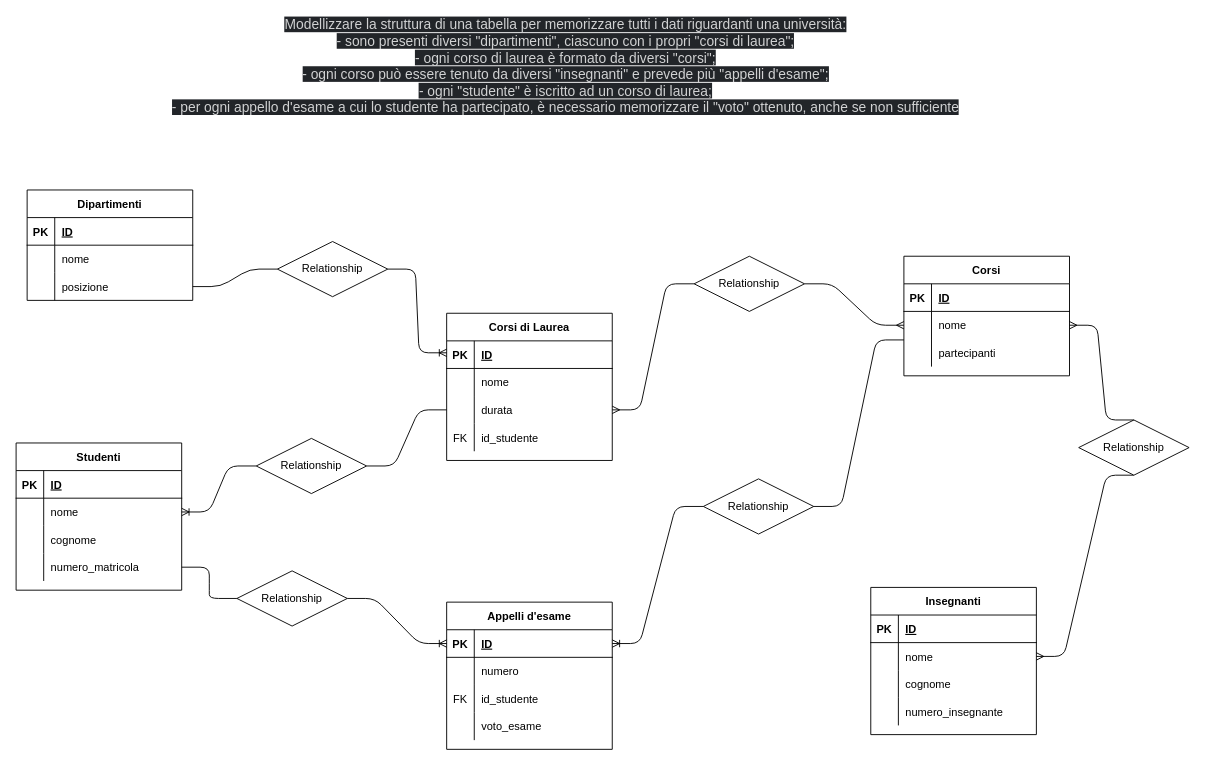
This is db-university.drawio from pollohultima/db-university, a draw.io file, before an edit. Source tidied: cells renumbered, new cells numbered last; positions are measured from the earlier drawing's top-left corner, leaving out a move shared by most shapes. Both pictures are drawn from the tidied source at 92%, with x=0, y=0 at pixel (16, 19).
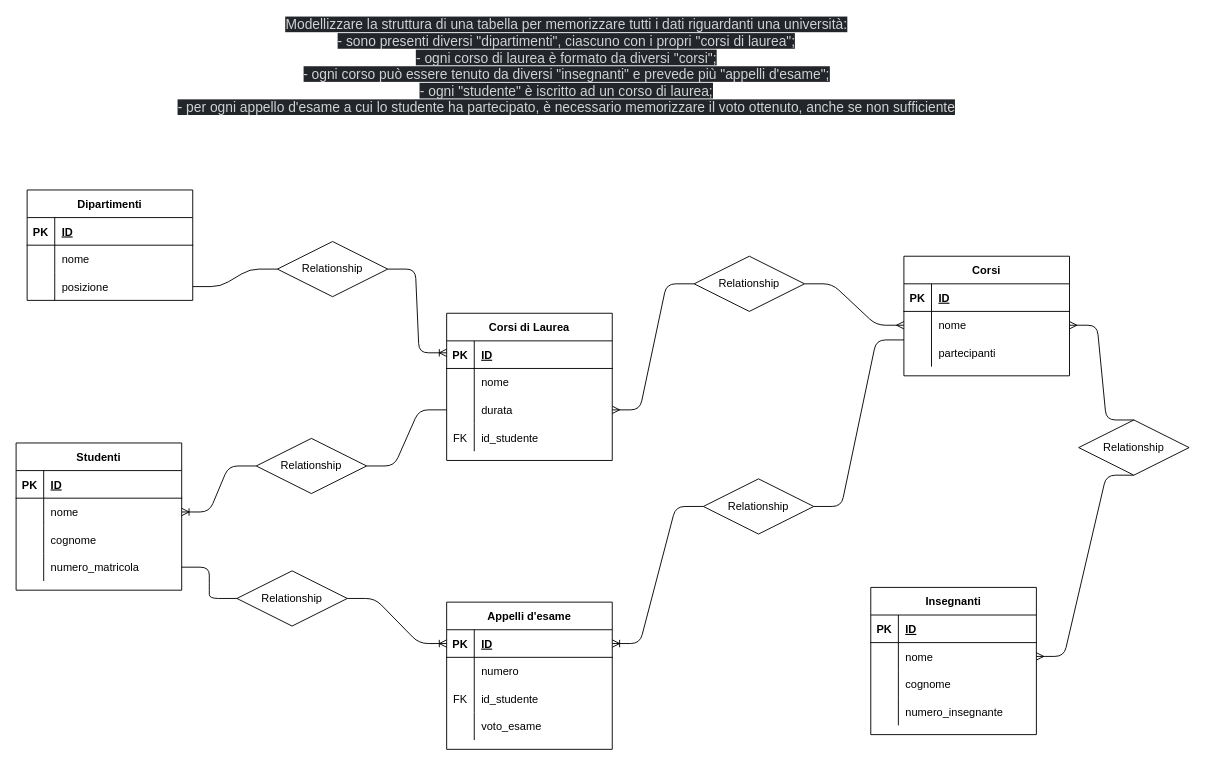
Above is the later version.

What changed in the source:
```diff
@@
-    <mxCell id="2" value="&lt;span style=&quot;color: rgb(209 , 210 , 211) ; font-family: , &amp;#34;applelogo&amp;#34; , sans-serif ; font-size: 15px ; text-align: left ; background-color: rgb(34 , 37 , 41)&quot;&gt;Modellizzare la struttura di una tabella per memorizzare tutti i dati riguardanti una università:&lt;/span&gt;&lt;br style=&quot;box-sizing: inherit ; color: rgb(209 , 210 , 211) ; font-family: , &amp;#34;applelogo&amp;#34; , sans-serif ; font-size: 15px ; text-align: left ; background-color: rgb(34 , 37 , 41)&quot;&gt;&lt;span style=&quot;color: rgb(209 , 210 , 211) ; font-family: , &amp;#34;applelogo&amp;#34; , sans-serif ; font-size: 15px ; text-align: left ; background-color: rgb(34 , 37 , 41)&quot;&gt;- sono presenti diversi &quot;dipartimenti&quot;, ciascuno con i propri &quot;corsi di laurea&quot;;&lt;/span&gt;&lt;br style=&quot;box-sizing: inherit ; color: rgb(209 , 210 , 211) ; font-family: , &amp;#34;applelogo&amp;#34; , sans-serif ; font-size: 15px ; text-align: left ; background-color: rgb(34 , 37 , 41)&quot;&gt;&lt;span style=&quot;color: rgb(209 , 210 , 211) ; font-family: , &amp;#34;applelogo&amp;#34; , sans-serif ; font-size: 15px ; text-align: left ; background-color: rgb(34 , 37 , 41)&quot;&gt;- ogni corso di laurea è formato da diversi &quot;corsi&quot;;&lt;/span&gt;&lt;br style=&quot;box-sizing: inherit ; color: rgb(209 , 210 , 211) ; font-family: , &amp;#34;applelogo&amp;#34; , sans-serif ; font-size: 15px ; text-align: left ; background-color: rgb(34 , 37 , 41)&quot;&gt;&lt;span style=&quot;color: rgb(209 , 210 , 211) ; font-family: , &amp;#34;applelogo&amp;#34; , sans-serif ; font-size: 15px ; text-align: left ; background-color: rgb(34 , 37 , 41)&quot;&gt;- ogni corso può essere tenuto da diversi &quot;insegnanti&quot; e prevede più &quot;appelli d'esame&quot;;&lt;/span&gt;&lt;br style=&quot;box-sizing: inherit ; color: rgb(209 , 210 , 211) ; font-family: , &amp;#34;applelogo&amp;#34; , sans-serif ; font-size: 15px ; text-align: left ; background-color: rgb(34 , 37 , 41)&quot;&gt;&lt;span style=&quot;color: rgb(209 , 210 , 211) ; font-family: , &amp;#34;applelogo&amp;#34; , sans-serif ; font-size: 15px ; text-align: left ; background-color: rgb(34 , 37 , 41)&quot;&gt;- ogni &quot;studente&quot; è iscritto ad un corso di laurea;&lt;/span&gt;&lt;br style=&quot;box-sizing: inherit ; color: rgb(209 , 210 , 211) ; font-family: , &amp;#34;applelogo&amp;#34; , sans-serif ; font-size: 15px ; text-align: left ; background-color: rgb(34 , 37 , 41)&quot;&gt;&lt;span style=&quot;color: rgb(209 , 210 , 211) ; font-family: , &amp;#34;applelogo&amp;#34; , sans-serif ; font-size: 15px ; text-align: left ; background-color: rgb(34 , 37 , 41)&quot;&gt;- per ogni appello d'esame a cui lo studente ha partecipato, è necessario memorizzare il &quot;voto&quot; ottenuto, anche se non sufficiente&lt;/span&gt;" style="text;html=1;align=center;verticalAlign=middle;strokeColor=none;" parent="1" vertex="1">
-      <mxGeometry x="162" width="870" height="100" as="geometry" />
+    <mxCell id="2" value="&lt;span style=&quot;color: rgb(209 , 210 , 211) ; font-family: , &amp;#34;applelogo&amp;#34; , sans-serif ; font-size: 15px ; text-align: left ; background-color: rgb(34 , 37 , 41)&quot;&gt;Modellizzare la struttura di una tabella per memorizzare tutti i dati riguardanti una università:&lt;/span&gt;&lt;br style=&quot;box-sizing: inherit ; color: rgb(209 , 210 , 211) ; font-family: , &amp;#34;applelogo&amp;#34; , sans-serif ; font-size: 15px ; text-align: left ; background-color: rgb(34 , 37 , 41)&quot;&gt;&lt;span style=&quot;color: rgb(209 , 210 , 211) ; font-family: , &amp;#34;applelogo&amp;#34; , sans-serif ; font-size: 15px ; text-align: left ; background-color: rgb(34 , 37 , 41)&quot;&gt;- sono presenti diversi &quot;dipartimenti&quot;, ciascuno con i propri &quot;corsi di laurea&quot;;&lt;/span&gt;&lt;br style=&quot;box-sizing: inherit ; color: rgb(209 , 210 , 211) ; font-family: , &amp;#34;applelogo&amp;#34; , sans-serif ; font-size: 15px ; text-align: left ; background-color: rgb(34 , 37 , 41)&quot;&gt;&lt;span style=&quot;color: rgb(209 , 210 , 211) ; font-family: , &amp;#34;applelogo&amp;#34; , sans-serif ; font-size: 15px ; text-align: left ; background-color: rgb(34 , 37 , 41)&quot;&gt;- ogni corso di laurea è formato da diversi &quot;corsi&quot;;&lt;/span&gt;&lt;br style=&quot;box-sizing: inherit ; color: rgb(209 , 210 , 211) ; font-family: , &amp;#34;applelogo&amp;#34; , sans-serif ; font-size: 15px ; text-align: left ; background-color: rgb(34 , 37 , 41)&quot;&gt;&lt;span style=&quot;color: rgb(209 , 210 , 211) ; font-family: , &amp;#34;applelogo&amp;#34; , sans-serif ; font-size: 15px ; text-align: left ; background-color: rgb(34 , 37 , 41)&quot;&gt;- ogni corso può essere tenuto da diversi &quot;insegnanti&quot; e prevede più &quot;appelli d'esame&quot;;&lt;/span&gt;&lt;br style=&quot;box-sizing: inherit ; color: rgb(209 , 210 , 211) ; font-family: , &amp;#34;applelogo&amp;#34; , sans-serif ; font-size: 15px ; text-align: left ; background-color: rgb(34 , 37 , 41)&quot;&gt;&lt;span style=&quot;color: rgb(209 , 210 , 211) ; font-family: , &amp;#34;applelogo&amp;#34; , sans-serif ; font-size: 15px ; text-align: left ; background-color: rgb(34 , 37 , 41)&quot;&gt;- ogni &quot;studente&quot; è iscritto ad un corso di laurea;&lt;/span&gt;&lt;br style=&quot;box-sizing: inherit ; color: rgb(209 , 210 , 211) ; font-family: , &amp;#34;applelogo&amp;#34; , sans-serif ; font-size: 15px ; text-align: left ; background-color: rgb(34 , 37 , 41)&quot;&gt;&lt;span style=&quot;color: rgb(209 , 210 , 211) ; font-family: , &amp;#34;applelogo&amp;#34; , sans-serif ; font-size: 15px ; text-align: left ; background-color: rgb(34 , 37 , 41)&quot;&gt;- per ogni appello d'esame a cui lo studente ha partecipato, è necessario memorizzare il voto ottenuto, anche se non sufficiente&lt;/span&gt;" style="text;html=1;align=center;verticalAlign=middle;strokeColor=none;" parent="1" vertex="1">
+      <mxGeometry x="170" y="3" width="855" height="94" as="geometry" />
     </mxCell>
```
